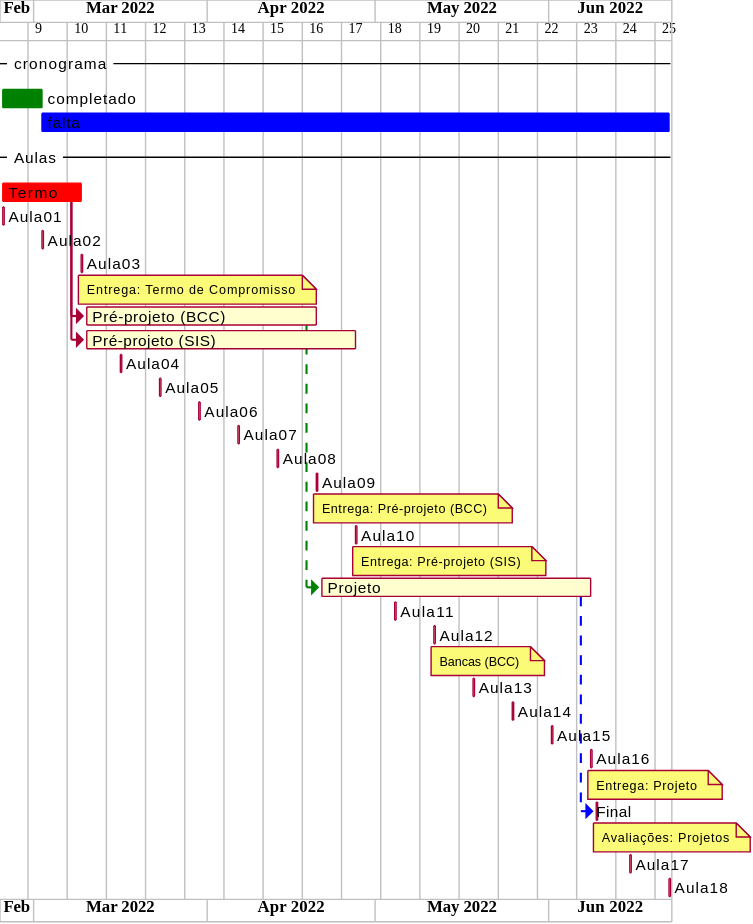
Above: cronograma.svg in dalton-reis/disciplina_TCC1_Privado (PlantUML), before the change. Source of this version:
```plantuml
@startgantt

ganttscale weekly

Project starts 2022-02-23

-- cronograma --
[completado] is colored in green
[completado] starts 2022-02-23 and ends 2022-03-02
[falta] starts 2022-03-02 and ends 2022-06-22
[falta] is colored in blue

-- Aulas --
[Termo] is colored in Red
[Termo]  starts 2022-02-23 and ends 2022-03-09
[Aula01] starts 2022-02-23 and ends 2022-02-23
[Aula02] starts 2022-03-02 and ends 2022-03-02
[Aula03] starts 2022-03-09 and ends 2022-03-09
note bottom
Entrega: Termo de Compromisso
end note
[Pré-projeto (BCC)] starts at [Termo]'s end
[Pré-projeto (BCC)] ends 2022-04-20
[Pré-projeto (SIS)] starts at [Termo]'s end
[Pré-projeto (SIS)] ends 2022-04-27
[Aula04] starts 2022-03-16 and ends 2022-03-16
[Aula05] starts 2022-03-23 and ends 2022-03-23
[Aula06] starts 2022-03-30 and ends 2022-03-30
[Aula07] starts 2022-04-06 and ends 2022-04-06
[Aula08] starts 2022-04-13 and ends 2022-04-13
[Aula09] starts 2022-04-20 and ends 2022-04-20
note bottom
Entrega: Pré-projeto (BCC)
end note
[Aula10] starts 2022-04-27 and ends 2022-04-27
note bottom
Entrega: Pré-projeto (SIS)
end note
[Projeto] starts at [Pré-projeto (BCC)]'s end with green dashed link
[Projeto] ends 2022-06-08
[Aula11] starts 2022-05-04 and ends 2022-05-04
[Aula12] starts 2022-05-11 and ends 2022-05-11
note bottom
Bancas (BCC)
end note
[Aula13] starts 2022-05-18 and ends 2022-05-18
[Aula14] starts 2022-05-25 and ends 2022-05-25
[Aula15] starts 2022-06-01 and ends 2022-06-01
[Aula16] starts 2022-06-08 and ends 2022-06-08
note bottom
Entrega: Projeto
end note
[Final] starts at [Projeto]'s end with blue dashed link
[Final] ends 2022-06-08
note bottom
Avaliações: Projetos
end note
[Aula17] starts 2022-06-15 and ends 2022-06-15
[Aula18] starts 2022-06-22 and ends 2022-06-22

@endgantt
```
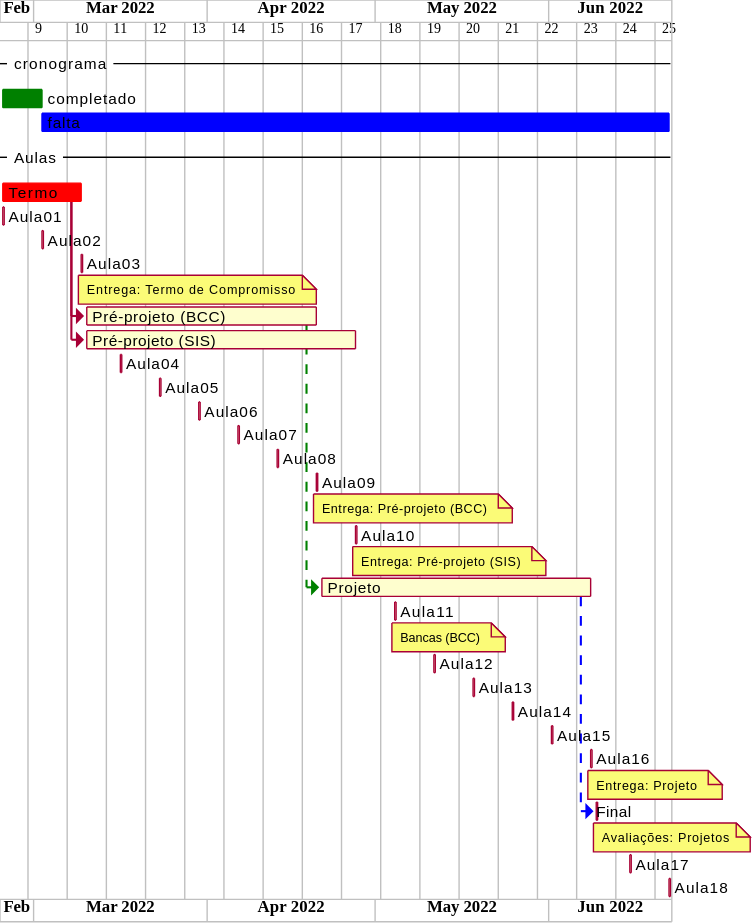
After the commit.

What changed in the source:
```diff
@@ -39,10 +39,10 @@
 [Projeto] starts at [Pré-projeto (BCC)]'s end with green dashed link
 [Projeto] ends 2022-06-08
 [Aula11] starts 2022-05-04 and ends 2022-05-04
-[Aula12] starts 2022-05-11 and ends 2022-05-11
 note bottom
 Bancas (BCC)
 end note
+[Aula12] starts 2022-05-11 and ends 2022-05-11
 [Aula13] starts 2022-05-18 and ends 2022-05-18
 [Aula14] starts 2022-05-25 and ends 2022-05-25
 [Aula15] starts 2022-06-01 and ends 2022-06-01
```
